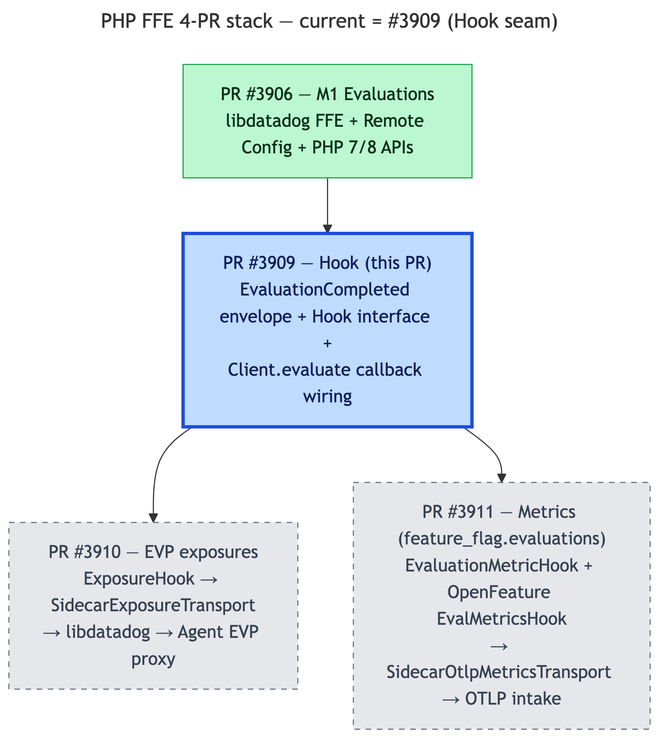
Earlier version of the Mermaid export docs/php-ffe-stack/stack-pr3909.png (DataDog/dd-trace-php). Its source is kept beside it as docs/php-ffe-stack/stack-pr3909.mmd.
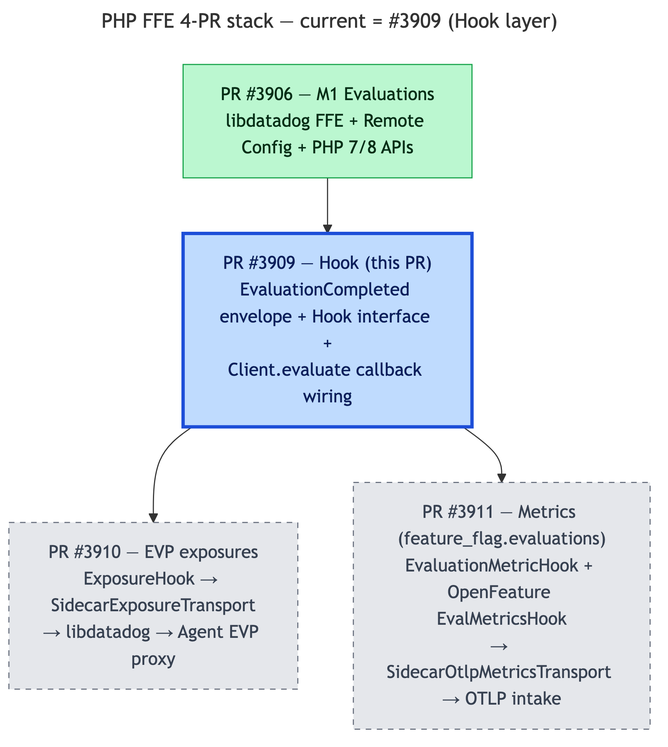
The same diagram one commit later.

Commit message:
docs(ffe): drop 'Hook seam' wording, use 'Hook layer'

Change to the diagram source:
```diff
@@ -1,5 +1,5 @@
 ---
-title: "PHP FFE 4-PR stack — current = #3909 (Hook seam)"
+title: "PHP FFE 4-PR stack — current = #3909 (Hook layer)"
 ---
 flowchart TD
     pr3906["PR #3906 — M1 Evaluations<br/>libdatadog FFE + Remote Config + PHP 7/8 APIs"]:::done
```
